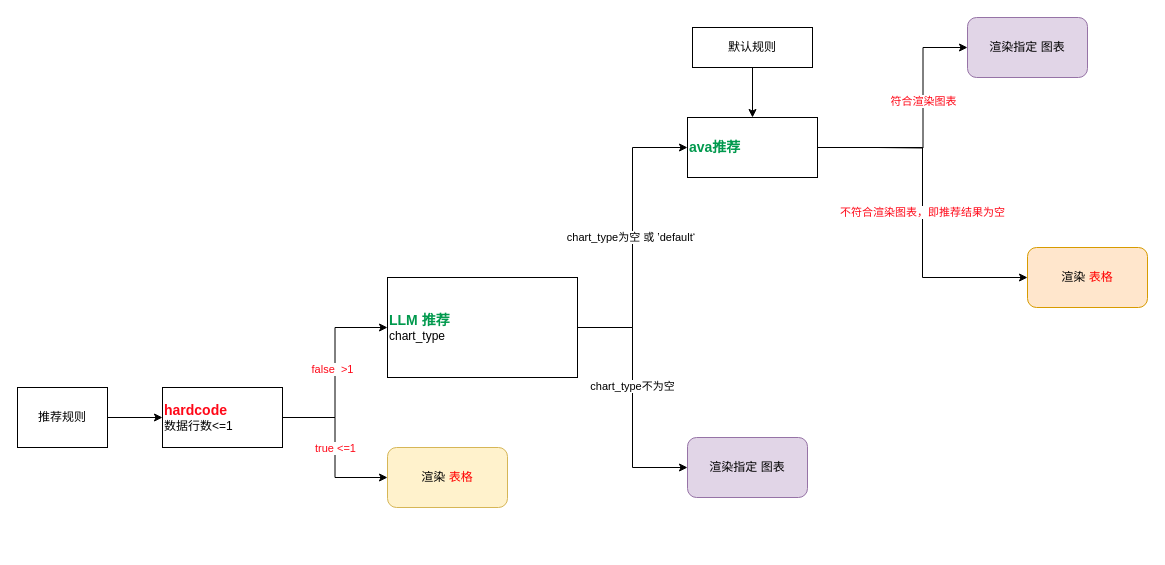
Above: antv/ava 推荐规则.drawio in wbbhacker/drawFile (draw.io), before the change. Source tidied: cells renumbered, new cells numbered last; positions are measured from the earlier drawing's top-left corner, leaving out a move shared by most shapes. Both pictures are drawn from the tidied source at 100%, with x=0, y=0 at pixel (17, 17).
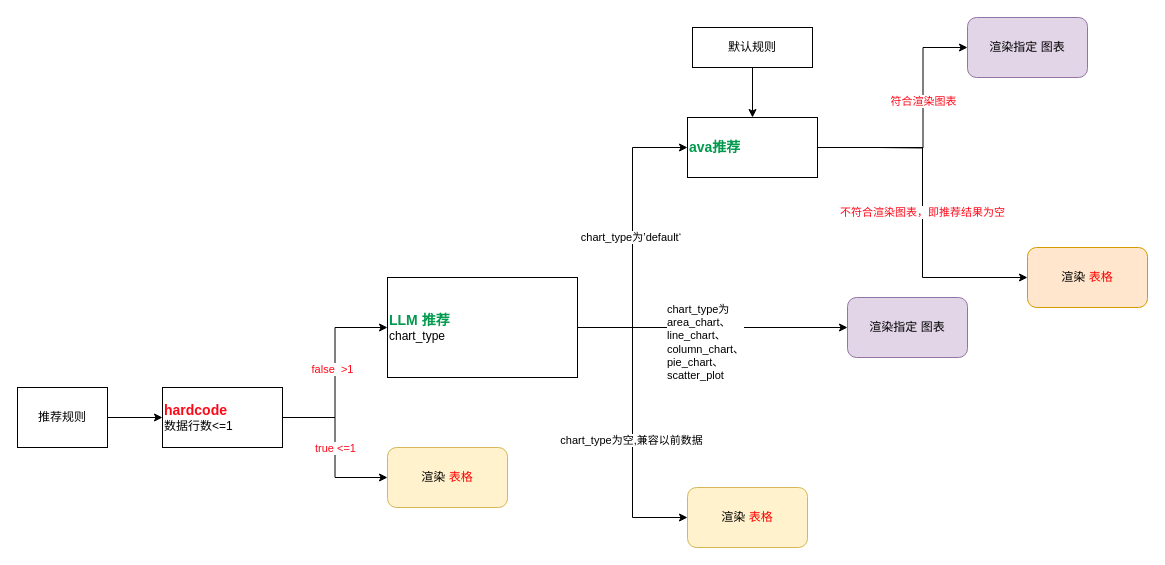
Above is the later version.

Commit message (it also covers changes not shown here):
更新ava 推荐规则.drawio

Unchanged cells that the change refers to:
```xml
<mxCell id="5" style="edgeStyle=orthogonalEdgeStyle;rounded=0;jettySize=auto;html=1;exitX=1;exitY=0.5;exitDx=0;exitDy=0;entryX=0;entryY=0.5;entryDx=0;entryDy=0;" parent="1" edge="1" source="7" target="8">
  <mxGeometry relative="1" as="geometry" />
</mxCell>
<mxCell id="7" value="&lt;div style=&quot;&quot;&gt;&lt;span style=&quot;font-size: 14px;&quot;&gt;&lt;b style=&quot;&quot;&gt;&lt;font color=&quot;#00994d&quot;&gt;LLM 推荐&lt;/font&gt;&lt;/b&gt;&lt;/span&gt;&lt;/div&gt;&lt;div style=&quot;&quot;&gt;chart_type&lt;/div&gt;" style="rounded=0;whiteSpace=wrap;html=1;align=left;" parent="1" vertex="1">
  <mxGeometry x="370" y="260" width="190" height="100" as="geometry" />
</mxCell>
<mxCell id="9" value="&lt;font color=&quot;#00994d&quot; style=&quot;font-size: 14px;&quot;&gt;&lt;b style=&quot;&quot;&gt;ava推荐&lt;/b&gt;&lt;/font&gt;" style="rounded=0;whiteSpace=wrap;html=1;align=left;" parent="1" vertex="1">
  <mxGeometry x="670" y="100" width="130" height="60" as="geometry" />
</mxCell>
```

Change to the diagram source:
```diff
@@
-    <mxCell id="4" value="chart_type为空 或 ’default‘&amp;nbsp;" style="edgeStyle=orthogonalEdgeStyle;rounded=0;jettySize=auto;html=1;exitX=1;exitY=0.5;exitDx=0;exitDy=0;entryX=0;entryY=0.5;entryDx=0;entryDy=0;" parent="1" edge="1" source="7" target="9">
+    <mxCell id="4" value="chart_type为’default‘&amp;nbsp;" style="edgeStyle=orthogonalEdgeStyle;rounded=0;jettySize=auto;html=1;exitX=1;exitY=0.5;exitDx=0;exitDy=0;entryX=0;entryY=0.5;entryDx=0;entryDy=0;" parent="1" edge="1" source="7" target="9">
       <mxGeometry relative="1" as="geometry" />
     </mxCell>
+    <mxCell id="21" style="edgeStyle=orthogonalEdgeStyle;rounded=0;jettySize=auto;html=1;exitX=1;exitY=0.5;exitDx=0;exitDy=0;entryX=0;entryY=0.5;entryDx=0;entryDy=0;" parent="1" edge="1" source="7" target="23">
+      <mxGeometry relative="1" as="geometry" />
+    </mxCell>
+    <mxCell id="22" value="chart_type为空,兼容以前数据&lt;br&gt;" style="edgeLabel;html=1;align=center;verticalAlign=middle;" parent="21" vertex="1">
+      <mxGeometry x="0.42" y="-2" relative="1" as="geometry">
+        <mxPoint y="-46" as="offset" />
+      </mxGeometry>
+    </mxCell>
@@
-    <mxCell id="6" value="chart_type不为空" style="edgeLabel;html=1;align=center;verticalAlign=middle;" parent="5" vertex="1">
-      <mxGeometry x="-0.1" y="-1" relative="1" as="geometry" />
+    <mxCell id="6" value="chart_type为&lt;br&gt;area_chart、&lt;br&gt;line_chart、&lt;br&gt;column_chart、&lt;br&gt;pie_chart、&lt;br&gt;scatter_plot" style="edgeLabel;html=1;align=left;verticalAlign=middle;" parent="5" vertex="1">
+      <mxGeometry x="-0.1" y="-1" relative="1" as="geometry">
+        <mxPoint x="-34" y="13" as="offset" />
+      </mxGeometry>
     </mxCell>
@@
     <mxCell id="8" value="渲染指定 图表" style="rounded=1;whiteSpace=wrap;html=1;fillColor=#e1d5e7;strokeColor=#9673a6;" parent="1" vertex="1">
-      <mxGeometry x="670" y="420" width="120" height="60" as="geometry" />
+      <mxGeometry x="830" y="280" width="120" height="60" as="geometry" />
     </mxCell>
@@
+    <mxCell id="23" value="渲染&amp;nbsp;&lt;font color=&quot;#ff0000&quot;&gt;表格&lt;/font&gt;" style="rounded=1;whiteSpace=wrap;html=1;fillColor=#fff2cc;strokeColor=#d6b656;" parent="1" vertex="1">
+      <mxGeometry x="670" y="470" width="120" height="60" as="geometry" />
+    </mxCell>
```
